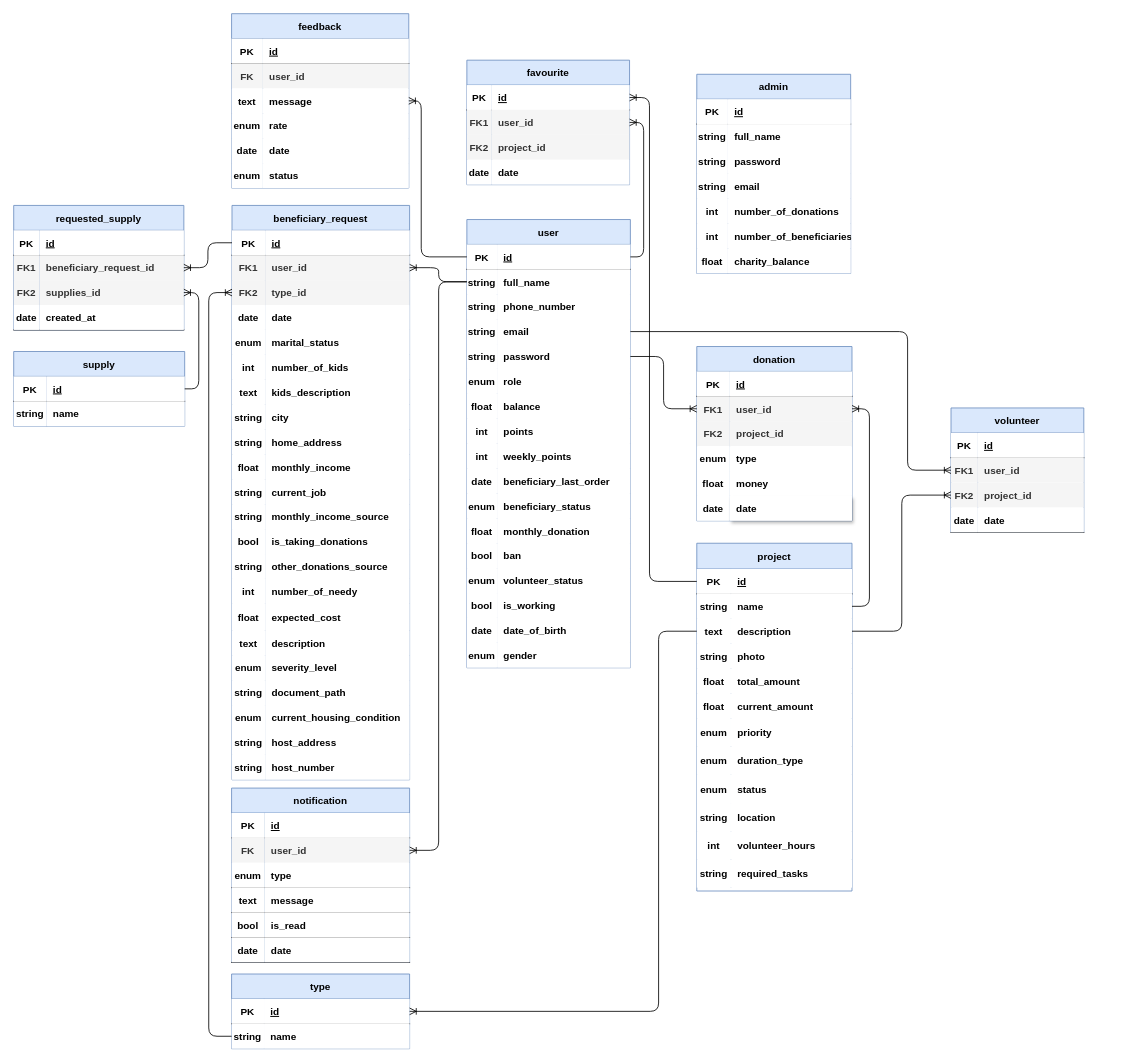
The draw.io diagram erd/Charity Project.drawio in nourHabian/Charity_Project_Backend, before the edit. Source tidied: cells renumbered, new cells numbered last; positions are measured from the earlier drawing's top-left corner, leaving out a move shared by most shapes. Both pictures are drawn from the tidied source at 83%, with x=0, y=0 at pixel (13, 13).
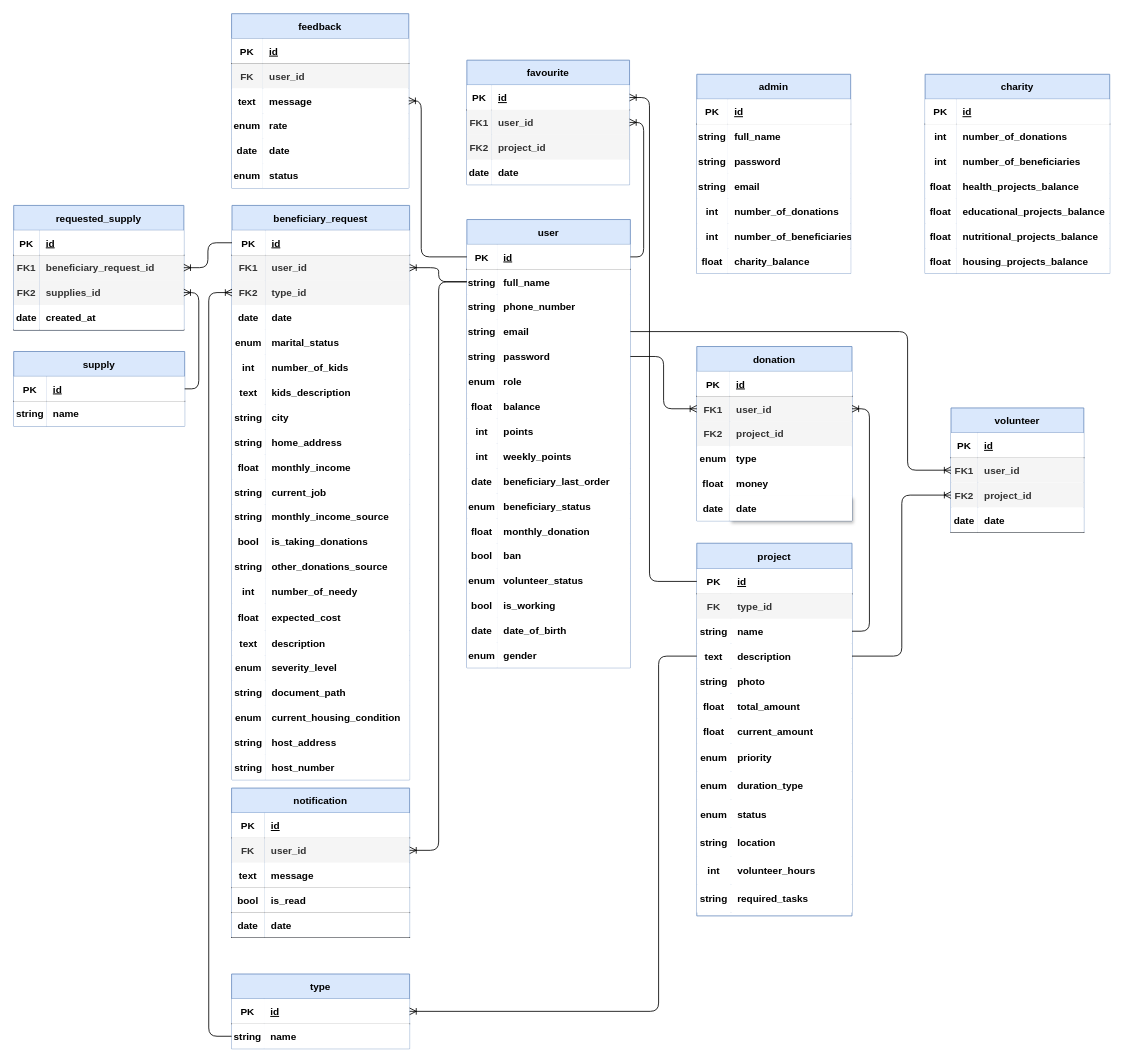
After the change.

What changed in the source:
```diff
@@
     <mxCell id="76" value="project" style="shape=table;startSize=31;childLayout=tableLayout;rowLines=0;fontStyle=1;align=center;strokeColor=#6c8ebf;fillColor=#dae8fc;" parent="1" vertex="1">
-      <mxGeometry x="823" y="638" width="187" height="419" as="geometry" />
+      <mxGeometry x="823" y="638" width="187" height="449" as="geometry" />
     </mxCell>
@@
+    <mxCell id="303" style="shape=partialRectangle;fillColor=#f5f5f5;top=0;left=0;bottom=0;right=0;fontStyle=1;strokeColor=#666666;fontColor=#333333;" parent="76" vertex="1">
+      <mxGeometry y="61" width="187" height="30" as="geometry" />
+    </mxCell>
+    <mxCell id="304" value="FK" style="shape=partialRectangle;top=0;left=0;bottom=0;right=0;overflow=hidden;fontStyle=1;fillColor=#f5f5f5;strokeColor=#666666;fontColor=#333333;" parent="303" vertex="1">
+      <mxGeometry width="41.2" height="30" as="geometry" />
+    </mxCell>
+    <mxCell id="305" value="type_id" style="shape=partialRectangle;top=0;left=0;bottom=0;right=0;align=left;spacingLeft=6;overflow=hidden;fontStyle=1;fillColor=#f5f5f5;strokeColor=#666666;fontColor=#333333;" parent="303" vertex="1">
+      <mxGeometry x="41.2" width="145.8" height="30" as="geometry" />
+    </mxCell>
     <mxCell id="80" style="shape=partialRectangle;fillColor=none;top=0;left=0;bottom=0;right=0;points=[[0,0.5],[1,0.5]];portConstraint=eastwest;fontStyle=1;" parent="76" vertex="1">
-      <mxGeometry y="61" width="187" height="30" as="geometry" />
+      <mxGeometry y="91" width="187" height="30" as="geometry" />
     </mxCell>
@@
     <mxCell id="83" style="shape=partialRectangle;fillColor=none;top=0;left=0;bottom=0;right=0;points=[[0,0.5],[1,0.5]];portConstraint=eastwest;fontStyle=1;" parent="76" vertex="1">
-      <mxGeometry y="91" width="187" height="30" as="geometry" />
+      <mxGeometry y="121" width="187" height="30" as="geometry" />
     </mxCell>
@@
     <mxCell id="86" style="shape=partialRectangle;fillColor=none;top=0;left=0;bottom=0;right=0;fontStyle=1;" parent="76" vertex="1">
-      <mxGeometry y="121" width="187" height="30" as="geometry" />
+      <mxGeometry y="151" width="187" height="30" as="geometry" />
     </mxCell>
@@
     <mxCell id="89" style="shape=partialRectangle;fillColor=none;top=0;left=0;bottom=0;right=0;fontStyle=1;" parent="76" vertex="1">
-      <mxGeometry y="151" width="187" height="30" as="geometry" />
+      <mxGeometry y="181" width="187" height="30" as="geometry" />
     </mxCell>
@@
     <mxCell id="92" style="shape=partialRectangle;fillColor=none;top=0;left=0;bottom=0;right=0;fontStyle=1;" parent="76" vertex="1">
-      <mxGeometry y="181" width="187" height="30" as="geometry" />
+      <mxGeometry y="211" width="187" height="30" as="geometry" />
     </mxCell>
@@
     <mxCell id="95" style="shape=partialRectangle;fillColor=none;top=0;left=0;bottom=0;right=0;fontStyle=1;" parent="76" vertex="1">
-      <mxGeometry y="211" width="187" height="34" as="geometry" />
+      <mxGeometry y="241" width="187" height="34" as="geometry" />
     </mxCell>
@@
     <mxCell id="98" style="shape=partialRectangle;fillColor=none;top=0;left=0;bottom=0;right=0;fontStyle=1;" parent="76" vertex="1">
-      <mxGeometry y="245" width="187" height="34" as="geometry" />
+      <mxGeometry y="275" width="187" height="34" as="geometry" />
     </mxCell>
@@
     <mxCell id="101" style="shape=partialRectangle;fillColor=none;top=0;left=0;bottom=0;right=0;fontStyle=1;" parent="76" vertex="1">
-      <mxGeometry y="279" width="187" height="34" as="geometry" />
+      <mxGeometry y="309" width="187" height="34" as="geometry" />
     </mxCell>
@@
     <mxCell id="104" style="shape=partialRectangle;fillColor=none;top=0;left=0;bottom=0;right=0;fontStyle=1;" parent="76" vertex="1">
-      <mxGeometry y="313" width="187" height="34" as="geometry" />
+      <mxGeometry y="343" width="187" height="34" as="geometry" />
     </mxCell>
@@
     <mxCell id="107" style="shape=partialRectangle;fillColor=none;top=0;left=0;bottom=0;right=0;fontStyle=1;" parent="76" vertex="1">
-      <mxGeometry y="347" width="187" height="34" as="geometry" />
+      <mxGeometry y="377" width="187" height="34" as="geometry" />
     </mxCell>
@@
     <mxCell id="110" style="shape=partialRectangle;fillColor=none;top=0;left=0;bottom=0;right=0;fontStyle=1;" parent="76" vertex="1">
-      <mxGeometry y="381" width="187" height="34" as="geometry" />
+      <mxGeometry y="411" width="187" height="34" as="geometry" />
     </mxCell>
@@
     <mxCell id="157" value="notification" style="shape=table;startSize=30;childLayout=tableLayout;rowLines=0;fontStyle=1;align=center;strokeColor=#6c8ebf;fillColor=#dae8fc;" parent="1" vertex="1">
-      <mxGeometry x="262.5" y="933" width="214.5" height="210" as="geometry" />
+      <mxGeometry x="262.5" y="933" width="214.5" height="180" as="geometry" />
     </mxCell>
@@
-    <mxCell id="164" style="shape=partialRectangle;fillColor=none;top=0;left=0;bottom=1;right=0;fontStyle=1;" parent="157" vertex="1">
-      <mxGeometry y="90" width="214.5" height="30" as="geometry" />
-    </mxCell>
-    <mxCell id="165" value="enum" style="shape=partialRectangle;top=0;left=0;bottom=0;right=0;fontStyle=1;overflow=hidden;" parent="164" vertex="1">
-      <mxGeometry width="39.8" height="30" as="geometry" />
-    </mxCell>
-    <mxCell id="166" value="type" style="shape=partialRectangle;top=0;left=0;bottom=0;right=0;align=left;spacingLeft=6;fontStyle=1;overflow=hidden;" parent="164" vertex="1">
-      <mxGeometry x="39.8" width="174.7" height="30" as="geometry" />
-    </mxCell>
     <mxCell id="167" style="shape=partialRectangle;fillColor=none;top=0;left=0;bottom=1;right=0;fontStyle=1;" parent="157" vertex="1">
-      <mxGeometry y="120" width="214.5" height="30" as="geometry" />
+      <mxGeometry y="90" width="214.5" height="30" as="geometry" />
     </mxCell>
@@
     <mxCell id="170" style="shape=partialRectangle;fillColor=none;top=0;left=0;bottom=1;right=0;fontStyle=1;" parent="157" vertex="1">
-      <mxGeometry y="150" width="214.5" height="30" as="geometry" />
+      <mxGeometry y="120" width="214.5" height="30" as="geometry" />
     </mxCell>
@@
     <mxCell id="173" style="shape=partialRectangle;fillColor=none;top=0;left=0;bottom=1;right=0;fontStyle=1;" parent="157" vertex="1">
-      <mxGeometry y="180" width="214.5" height="30" as="geometry" />
+      <mxGeometry y="150" width="214.5" height="30" as="geometry" />
     </mxCell>
@@
+    <mxCell id="306" value="charity" style="shape=table;startSize=30;childLayout=tableLayout;rowLines=0;fontStyle=1;align=center;strokeColor=#6c8ebf;fillColor=#dae8fc;" parent="1" vertex="1">
+      <mxGeometry x="1098.1" y="73" width="222.4" height="240" as="geometry" />
+    </mxCell>
+    <mxCell id="307" style="shape=partialRectangle;fillColor=none;top=0;left=0;bottom=1;right=0;fontStyle=1;" parent="306" vertex="1">
+      <mxGeometry y="30" width="222.4" height="30" as="geometry" />
+    </mxCell>
+    <mxCell id="308" value="PK" style="shape=partialRectangle;top=0;left=0;bottom=0;right=0;fontStyle=1;overflow=hidden;" parent="307" vertex="1">
+      <mxGeometry width="37.5" height="30" as="geometry" />
+    </mxCell>
+    <mxCell id="309" value="id" style="shape=partialRectangle;top=0;left=0;bottom=0;right=0;align=left;spacingLeft=6;fontStyle=5;overflow=hidden;" parent="307" vertex="1">
+      <mxGeometry x="37.5" width="185" height="30" as="geometry" />
+    </mxCell>
+    <mxCell id="310" style="shape=partialRectangle;fillColor=none;top=0;left=0;bottom=0;right=0;fontStyle=1;" parent="306" vertex="1">
+      <mxGeometry y="60" width="222.4" height="30" as="geometry" />
+    </mxCell>
+    <mxCell id="311" value="int" style="shape=partialRectangle;top=0;left=0;bottom=0;right=0;overflow=hidden;fontStyle=1;" parent="310" vertex="1">
+      <mxGeometry width="37.5" height="30" as="geometry" />
+    </mxCell>
+    <mxCell id="312" value="number_of_donations" style="shape=partialRectangle;top=0;left=0;bottom=0;right=0;align=left;spacingLeft=6;overflow=hidden;fontStyle=1;" parent="310" vertex="1">
+      <mxGeometry x="37.5" width="185" height="30" as="geometry" />
+    </mxCell>
+    <mxCell id="313" style="shape=partialRectangle;fillColor=none;top=0;left=0;bottom=0;right=0;fontStyle=1;" parent="306" vertex="1">
+      <mxGeometry y="90" width="222.4" height="30" as="geometry" />
+    </mxCell>
+    <mxCell id="314" value="int" style="shape=partialRectangle;top=0;left=0;bottom=0;right=0;overflow=hidden;fontStyle=1;" parent="313" vertex="1">
+      <mxGeometry width="37.5" height="30" as="geometry" />
+    </mxCell>
+    <mxCell id="315" value="number_of_beneficiaries" style="shape=partialRectangle;top=0;left=0;bottom=0;right=0;align=left;spacingLeft=6;overflow=hidden;fontStyle=1;" parent="313" vertex="1">
+      <mxGeometry x="37.5" width="185" height="30" as="geometry" />
+    </mxCell>
+    <mxCell id="316" style="shape=partialRectangle;fillColor=none;top=0;left=0;bottom=0;right=0;fontStyle=1;" parent="306" vertex="1">
+      <mxGeometry y="120" width="222.4" height="30" as="geometry" />
+    </mxCell>
+    <mxCell id="317" value="float" style="shape=partialRectangle;top=0;left=0;bottom=0;right=0;overflow=hidden;fontStyle=1;" parent="316" vertex="1">
+      <mxGeometry width="37.5" height="30" as="geometry" />
+    </mxCell>
+    <mxCell id="318" value="health_projects_balance" style="shape=partialRectangle;top=0;left=0;bottom=0;right=0;align=left;spacingLeft=6;overflow=hidden;fontStyle=1;" parent="316" vertex="1">
+      <mxGeometry x="37.5" width="185" height="30" as="geometry" />
+    </mxCell>
+    <mxCell id="319" style="shape=partialRectangle;fillColor=none;top=0;left=0;bottom=0;right=0;fontStyle=1;" parent="306" vertex="1">
+      <mxGeometry y="150" width="222.4" height="30" as="geometry" />
+    </mxCell>
+    <mxCell id="320" value="float" style="shape=partialRectangle;top=0;left=0;bottom=0;right=0;overflow=hidden;fontStyle=1;" parent="319" vertex="1">
+      <mxGeometry width="37.5" height="30" as="geometry" />
+    </mxCell>
+    <mxCell id="321" value="educational_projects_balance" style="shape=partialRectangle;top=0;left=0;bottom=0;right=0;align=left;spacingLeft=6;overflow=hidden;fontStyle=1;" parent="319" vertex="1">
+      <mxGeometry x="37.5" width="185" height="30" as="geometry" />
+    </mxCell>
+    <mxCell id="322" style="shape=partialRectangle;fillColor=none;top=0;left=0;bottom=0;right=0;fontStyle=1;" parent="306" vertex="1">
+      <mxGeometry y="180" width="222.4" height="30" as="geometry" />
+    </mxCell>
+    <mxCell id="323" value="float" style="shape=partialRectangle;top=0;left=0;bottom=0;right=0;overflow=hidden;fontStyle=1;" parent="322" vertex="1">
+      <mxGeometry width="37.5" height="30" as="geometry" />
+    </mxCell>
+    <mxCell id="324" value="nutritional_projects_balance" style="shape=partialRectangle;top=0;left=0;bottom=0;right=0;align=left;spacingLeft=6;overflow=hidden;fontStyle=1;" parent="322" vertex="1">
+      <mxGeometry x="37.5" width="185" height="30" as="geometry" />
+    </mxCell>
+    <mxCell id="325" style="shape=partialRectangle;fillColor=none;top=0;left=0;bottom=0;right=0;fontStyle=1;" parent="306" vertex="1">
+      <mxGeometry y="210" width="222.4" height="30" as="geometry" />
+    </mxCell>
+    <mxCell id="326" value="float" style="shape=partialRectangle;top=0;left=0;bottom=0;right=0;overflow=hidden;fontStyle=1;" parent="325" vertex="1">
+      <mxGeometry width="37.5" height="30" as="geometry" />
+    </mxCell>
+    <mxCell id="327" value="housing_projects_balance" style="shape=partialRectangle;top=0;left=0;bottom=0;right=0;align=left;spacingLeft=6;overflow=hidden;fontStyle=1;" parent="325" vertex="1">
+      <mxGeometry x="37.5" width="185" height="30" as="geometry" />
+    </mxCell>
```
